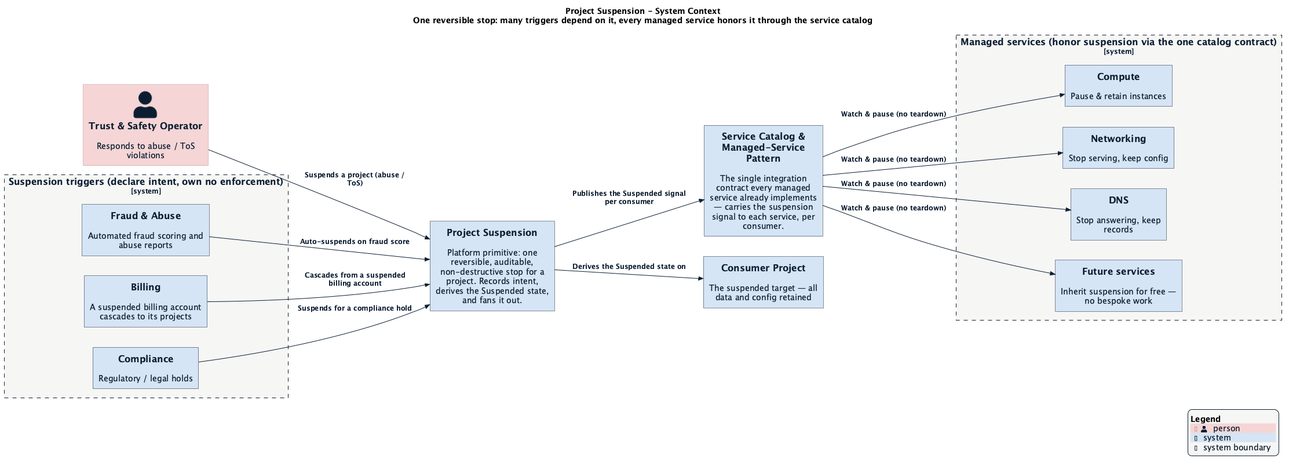
datum-cloud/enhancements keeps this PlantUML diagram as enhancements/platform/project-suspension/context.png. Above is the earlier version. Source of this version:
```plantuml
@startuml context
!$NEW_C4_STYLE = 1
!include https://raw.githubusercontent.com/plantuml-stdlib/C4-PlantUML/master/C4_Context.puml
!include ../../datum-theme.puml

LAYOUT_LEFT_RIGHT()

title Project Suspension - System Context\nOne reversible stop: many triggers depend on it, every managed service honors it through the service catalog

Person(operator, "Trust & Safety Operator", "Responds to abuse / ToS violations")

System_Boundary(triggers, "Suspension triggers (declare intent, own no enforcement)") {
    System(fraud, "Fraud & Abuse", "Automated fraud scoring and abuse reports")
    System(billing, "Billing", "A suspended billing account cascades to its projects")
    System(compliance, "Compliance", "Regulatory / legal holds")
}

System(suspension, "Project Suspension", "Platform primitive: one reversible, auditable, non-destructive stop for a project. Records intent, derives the Suspended state, and fans it out.")

System(catalog, "Service Catalog & Managed-Service Pattern", "The single integration contract every managed service already implements — carries the suspension signal to each service, per consumer.")

System_Boundary(services, "Managed services (honor suspension via the one catalog contract)") {
    System(compute, "Compute", "Pause & retain instances")
    System(network, "Networking", "Stop serving, keep config")
    System(dns, "DNS", "Stop answering, keep records")
    System(future, "Future services", "Inherit suspension for free — no bespoke work")
}

System(project, "Consumer Project", "The suspended target — all data and config retained")

Rel(operator, suspension, "Suspends a project (abuse / ToS)")
Rel(fraud, suspension, "Auto-suspends on fraud score")
Rel(billing, suspension, "Cascades from a suspended billing account")
Rel(compliance, suspension, "Suspends for a compliance hold")

Rel(suspension, project, "Derives the Suspended state on")
Rel(suspension, catalog, "Publishes the Suspended signal per consumer")
Rel(catalog, compute, "Watch & pause (no teardown)")
Rel(catalog, network, "Watch & pause (no teardown)")
Rel(catalog, dns, "Watch & pause (no teardown)")
Rel(catalog, future, "Watch & pause (no teardown)")

SHOW_LEGEND()
@enduml
```
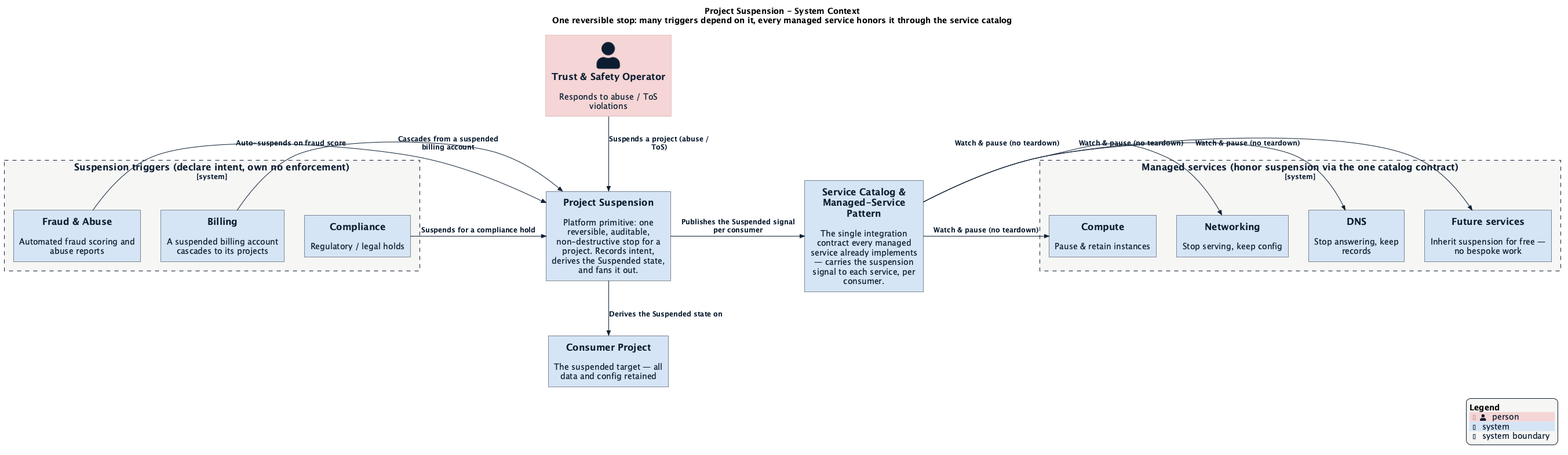
Later version of the same file.

Commit message:
docs(project-suspension): make operator and consumer-project arrows vertical in the context diagram

Drop LAYOUT_LEFT_RIGHT (which overrode direction hints) and steer each relation
explicitly: operator points down into Project Suspension, Project Suspension
points down into Consumer Project, while triggers fan in from the left and the
catalog/services fan out to the right.

The edit, as a diff of the source:
```diff
@@ -2,8 +2,6 @@
 !$NEW_C4_STYLE = 1
 !include https://raw.githubusercontent.com/plantuml-stdlib/C4-PlantUML/master/C4_Context.puml
 !include ../../datum-theme.puml
-
-LAYOUT_LEFT_RIGHT()
 
 title Project Suspension - System Context\nOne reversible stop: many triggers depend on it, every managed service honors it through the service catalog
 
@@ -28,17 +26,17 @@
 
 System(project, "Consumer Project", "The suspended target — all data and config retained")
 
-Rel(operator, suspension, "Suspends a project (abuse / ToS)")
-Rel(fraud, suspension, "Auto-suspends on fraud score")
-Rel(billing, suspension, "Cascades from a suspended billing account")
-Rel(compliance, suspension, "Suspends for a compliance hold")
+Rel_D(operator, suspension, "Suspends a project (abuse / ToS)")
+Rel_R(fraud, suspension, "Auto-suspends on fraud score")
+Rel_R(billing, suspension, "Cascades from a suspended billing account")
+Rel_R(compliance, suspension, "Suspends for a compliance hold")
 
-Rel(suspension, project, "Derives the Suspended state on")
-Rel(suspension, catalog, "Publishes the Suspended signal per consumer")
-Rel(catalog, compute, "Watch & pause (no teardown)")
-Rel(catalog, network, "Watch & pause (no teardown)")
-Rel(catalog, dns, "Watch & pause (no teardown)")
-Rel(catalog, future, "Watch & pause (no teardown)")
+Rel_D(suspension, project, "Derives the Suspended state on")
+Rel_R(suspension, catalog, "Publishes the Suspended signal per consumer")
+Rel_R(catalog, compute, "Watch & pause (no teardown)")
+Rel_R(catalog, network, "Watch & pause (no teardown)")
+Rel_R(catalog, dns, "Watch & pause (no teardown)")
+Rel_R(catalog, future, "Watch & pause (no teardown)")
 
 SHOW_LEGEND()
 @enduml
```
